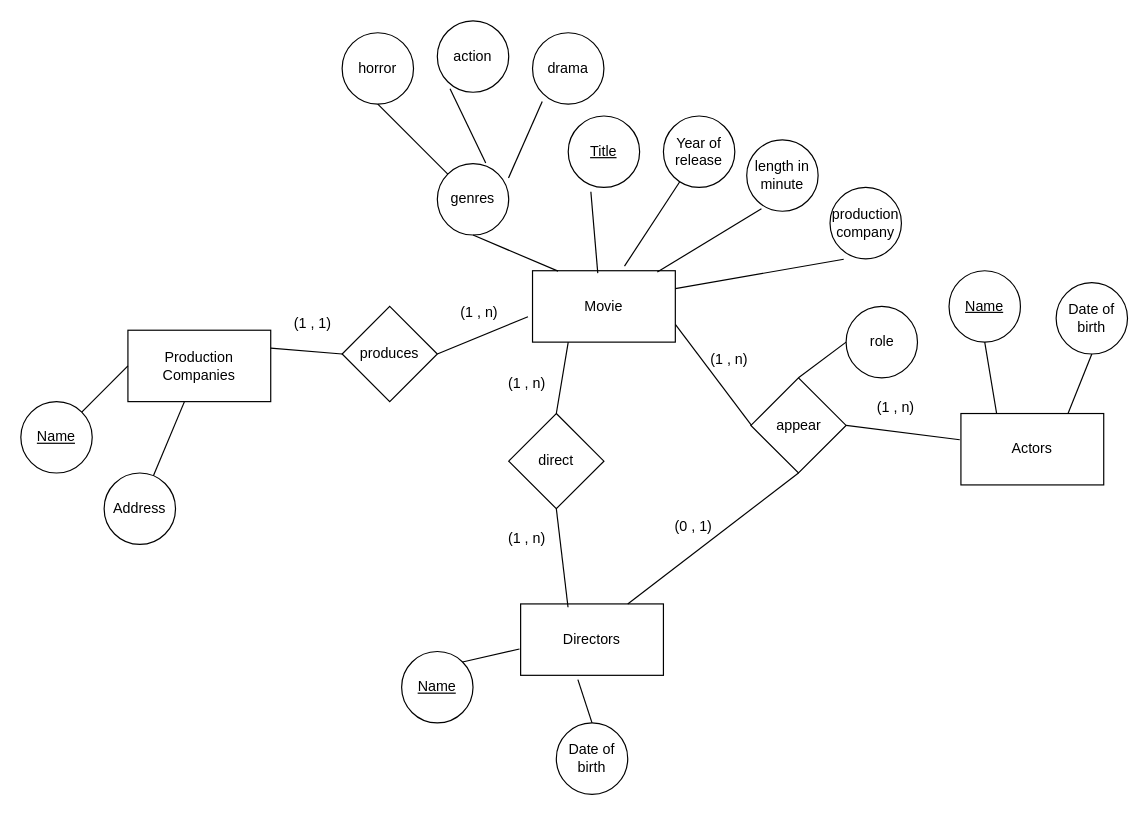
Earlier version of the draw.io diagram ER_MOVIE.drawio (Drizzle210/hello-world). Source tidied: cells renumbered, new cells numbered last; positions are measured from the earlier drawing's top-left corner, leaving out a move shared by most shapes. Both pictures are drawn from the tidied source at 119%, with x=0, y=0 at pixel (20, 20).
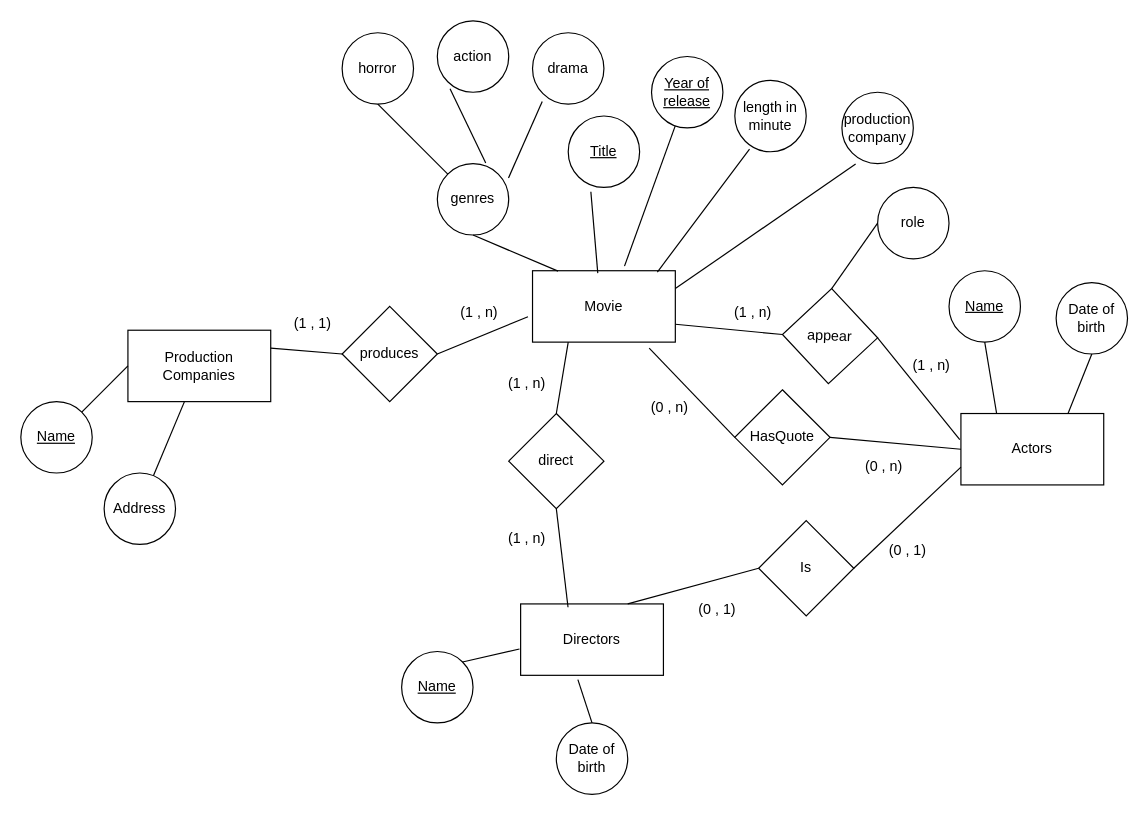
The same page after the edit.

Commit message:
Cập nhật ER_MOVIE.drawio

Unchanged cells that the change refers to:
```xml
<mxCell id="2" value="Movie" style="rounded=0;whiteSpace=wrap;html=1;" parent="1" vertex="1">
  <mxGeometry x="430" y="210" width="120" height="60" as="geometry" />
</mxCell>
<mxCell id="19" value="Actors" style="rounded=0;whiteSpace=wrap;html=1;" parent="1" vertex="1">
  <mxGeometry x="790" y="330" width="120" height="60" as="geometry" />
</mxCell>
<mxCell id="20" value="Directors" style="rounded=0;whiteSpace=wrap;html=1;" parent="1" vertex="1">
  <mxGeometry x="420" y="490" width="120" height="60" as="geometry" />
</mxCell>
```

The edit, as a diff of the source:
```diff
@@
-    <mxCell id="4" value="Year of release" style="ellipse;whiteSpace=wrap;html=1;" parent="1" vertex="1">
-      <mxGeometry x="540" y="80" width="60" height="60" as="geometry" />
+    <mxCell id="4" value="&lt;u&gt;Year of release&lt;/u&gt;" style="ellipse;whiteSpace=wrap;html=1;" parent="1" vertex="1">
+      <mxGeometry x="530" y="30" width="60" height="60" as="geometry" />
     </mxCell>
     <mxCell id="5" value="length in minute" style="ellipse;whiteSpace=wrap;html=1;" parent="1" vertex="1">
-      <mxGeometry x="610" y="100" width="60" height="60" as="geometry" />
+      <mxGeometry x="600" y="50" width="60" height="60" as="geometry" />
     </mxCell>
     <mxCell id="6" value="production company" style="ellipse;whiteSpace=wrap;html=1;" parent="1" vertex="1">
-      <mxGeometry x="680" y="140" width="60" height="60" as="geometry" />
+      <mxGeometry x="690" y="60" width="60" height="60" as="geometry" />
     </mxCell>
@@
-    <mxCell id="25" value="appear" style="rhombus;whiteSpace=wrap;html=1;" parent="1" vertex="1">
-      <mxGeometry x="613.5" y="300" width="80" height="80" as="geometry" />
+    <mxCell id="25" value="appear" style="rhombus;whiteSpace=wrap;html=1;rotation=2;" parent="1" vertex="1">
+      <mxGeometry x="640" y="225" width="80" height="80" as="geometry" />
     </mxCell>
     <mxCell id="26" value="role" style="ellipse;whiteSpace=wrap;html=1;" parent="1" vertex="1">
-      <mxGeometry x="693.5" y="240" width="60" height="60" as="geometry" />
+      <mxGeometry x="720" y="140" width="60" height="60" as="geometry" />
     </mxCell>
@@
-    <mxCell id="34" style="endArrow=none;html=1;rounded=0;exitX=0;exitY=0.5;exitDx=0;exitDy=0;entryX=1;entryY=0.75;entryDx=0;entryDy=0;" parent="1" edge="1" target="2">
-      <mxGeometry relative="1" as="geometry">
-        <mxPoint x="614" y="340" as="sourcePoint" />
-      </mxGeometry>
+    <mxCell id="34" style="endArrow=none;html=1;rounded=0;exitX=0;exitY=0.5;exitDx=0;exitDy=0;entryX=1;entryY=0.75;entryDx=0;entryDy=0;" parent="1" edge="1" source="25" target="2">
+      <mxGeometry relative="1" as="geometry" />
     </mxCell>
@@
-    <mxCell id="37" style="endArrow=none;html=1;rounded=0;exitX=0.75;exitY=0;exitDx=0;exitDy=0;entryX=0.5;entryY=1;entryDx=0;entryDy=0;" parent="1" edge="1" source="20" target="25">
+    <mxCell id="37" style="endArrow=none;html=1;rounded=0;exitX=0.75;exitY=0;exitDx=0;exitDy=0;entryX=0;entryY=0.5;entryDx=0;entryDy=0;" parent="1" edge="1" source="20" target="53">
       <mxGeometry relative="1" as="geometry" />
     </mxCell>
@@
     <mxCell id="50" value="(0 , 1)" style="text;html=1;align=center;verticalAlign=middle;strokeColor=none;fillColor=none;" parent="1" vertex="1">
-      <mxGeometry x="540" y="410" width="50" height="30" as="geometry" />
+      <mxGeometry x="560" y="480" width="50" height="30" as="geometry" />
     </mxCell>
     <mxCell id="51" value="(1 , n)" style="text;html=1;align=center;verticalAlign=middle;strokeColor=none;fillColor=none;" parent="1" vertex="1">
-      <mxGeometry x="570" y="270" width="50" height="30" as="geometry" />
+      <mxGeometry x="590" y="230" width="50" height="30" as="geometry" />
     </mxCell>
     <mxCell id="52" value="(1 , n)" style="text;html=1;align=center;verticalAlign=middle;strokeColor=none;fillColor=none;" parent="1" vertex="1">
-      <mxGeometry x="710" y="310" width="50" height="30" as="geometry" />
+      <mxGeometry x="740" y="275" width="50" height="30" as="geometry" />
     </mxCell>
+    <mxCell id="53" value="Is" style="rhombus;whiteSpace=wrap;html=1;" parent="1" vertex="1">
+      <mxGeometry x="620" y="420" width="80" height="80" as="geometry" />
+    </mxCell>
+    <mxCell id="54" style="endArrow=none;html=1;rounded=0;exitX=0;exitY=0.75;exitDx=0;exitDy=0;entryX=1;entryY=0.5;entryDx=0;entryDy=0;" parent="1" edge="1" source="19" target="53">
+      <mxGeometry relative="1" as="geometry" />
+    </mxCell>
+    <mxCell id="55" value="HasQuote" style="rhombus;whiteSpace=wrap;html=1;" parent="1" vertex="1">
+      <mxGeometry x="600" y="310" width="80" height="80" as="geometry" />
+    </mxCell>
+    <mxCell id="56" style="endArrow=none;html=1;rounded=0;exitX=0;exitY=0.5;exitDx=0;exitDy=0;entryX=1;entryY=0.5;entryDx=0;entryDy=0;" parent="1" edge="1" source="19" target="55">
+      <mxGeometry relative="1" as="geometry" />
+    </mxCell>
+    <mxCell id="57" style="endArrow=none;html=1;rounded=0;exitX=0;exitY=0.5;exitDx=0;exitDy=0;entryX=0.817;entryY=1.083;entryDx=0;entryDy=0;entryPerimeter=0;" parent="1" edge="1" source="55" target="2">
+      <mxGeometry relative="1" as="geometry" />
+    </mxCell>
+    <mxCell id="58" value="(0 , 1)" style="text;html=1;align=center;verticalAlign=middle;strokeColor=none;fillColor=none;" parent="1" vertex="1">
+      <mxGeometry x="720" y="430" width="50" height="30" as="geometry" />
+    </mxCell>
+    <mxCell id="59" value="(0 , n)" style="text;html=1;align=center;verticalAlign=middle;strokeColor=none;fillColor=none;" parent="1" vertex="1">
+      <mxGeometry x="520" y="310" width="50" height="30" as="geometry" />
+    </mxCell>
+    <mxCell id="60" value="(0 , n)" style="text;html=1;align=center;verticalAlign=middle;strokeColor=none;fillColor=none;" parent="1" vertex="1">
+      <mxGeometry x="700" y="360" width="50" height="30" as="geometry" />
+    </mxCell>
```
